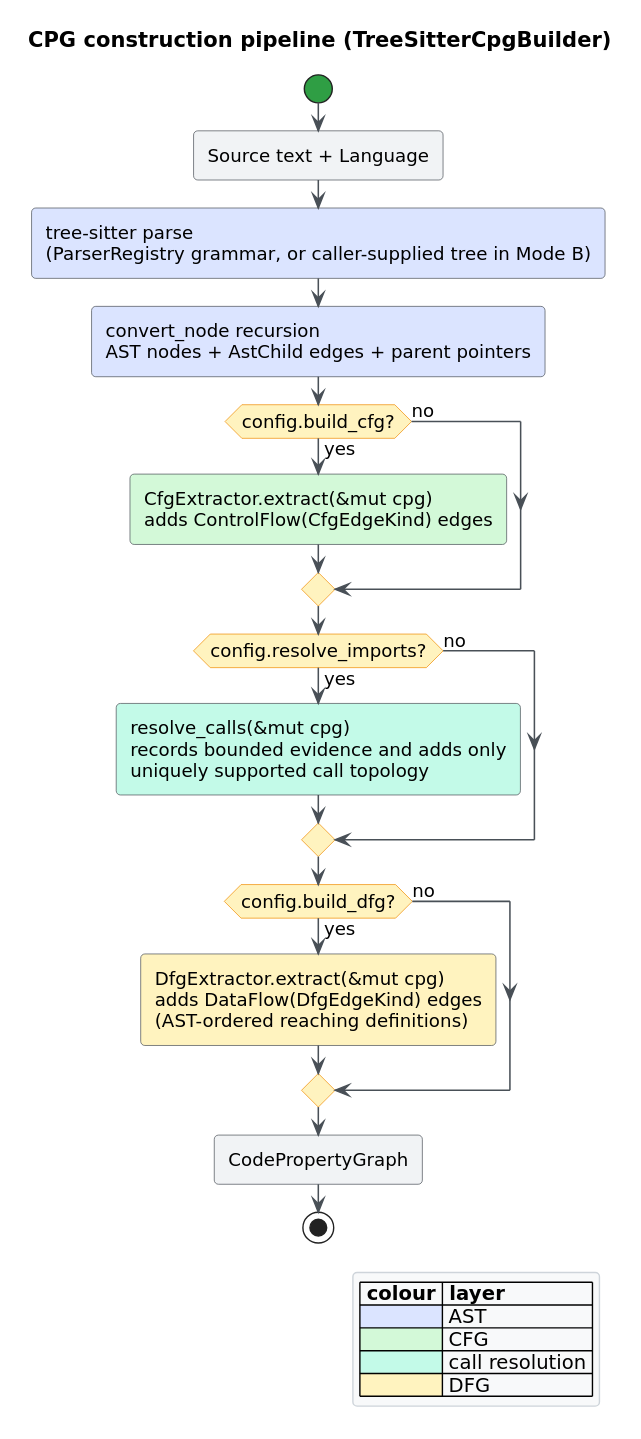
Before: docs/diagrams/construction-pipeline.svg, a diagram exported from PlantUML (vinary-tree/libcpg). Its source is kept beside it as docs/diagrams/construction-pipeline.puml.
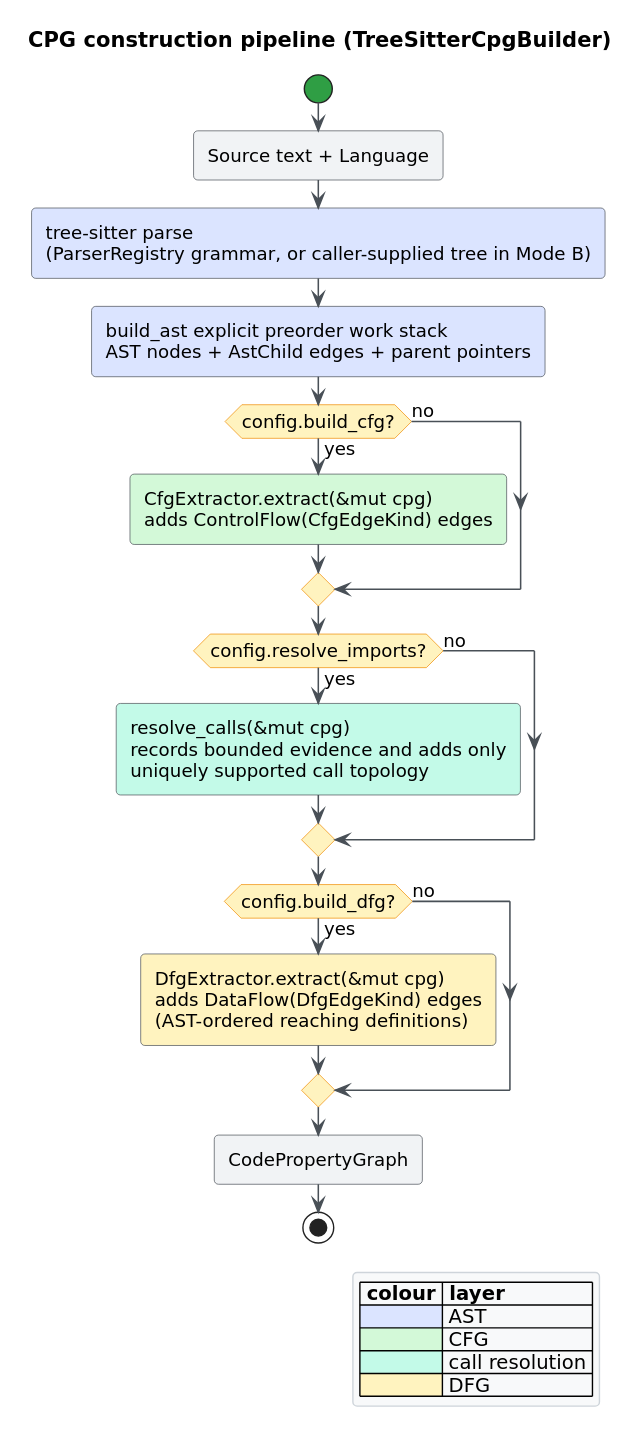
Later version of the same file.

Change to the diagram source:
```diff
@@ -5,7 +5,7 @@
 :Source text + Language;
 :tree-sitter parse
 (ParserRegistry grammar, or caller-supplied tree in Mode B);<<#DBE4FF>>
-:convert_node recursion
+:build_ast explicit preorder work stack
 AST nodes + AstChild edges + parent pointers;<<#DBE4FF>>
 if (config.build_cfg?) then (yes)
   :CfgExtractor.extract(&mut cpg)
```
